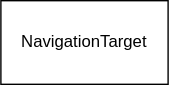
sdbuehlmann/backend-ui keeps this draw.io diagram as doc/overview.svg. Above is the earlier version. Source tidied: cells renumbered, new cells last; positions are measured from the earlier drawing's top-left corner, leaving out a move shared by most shapes.
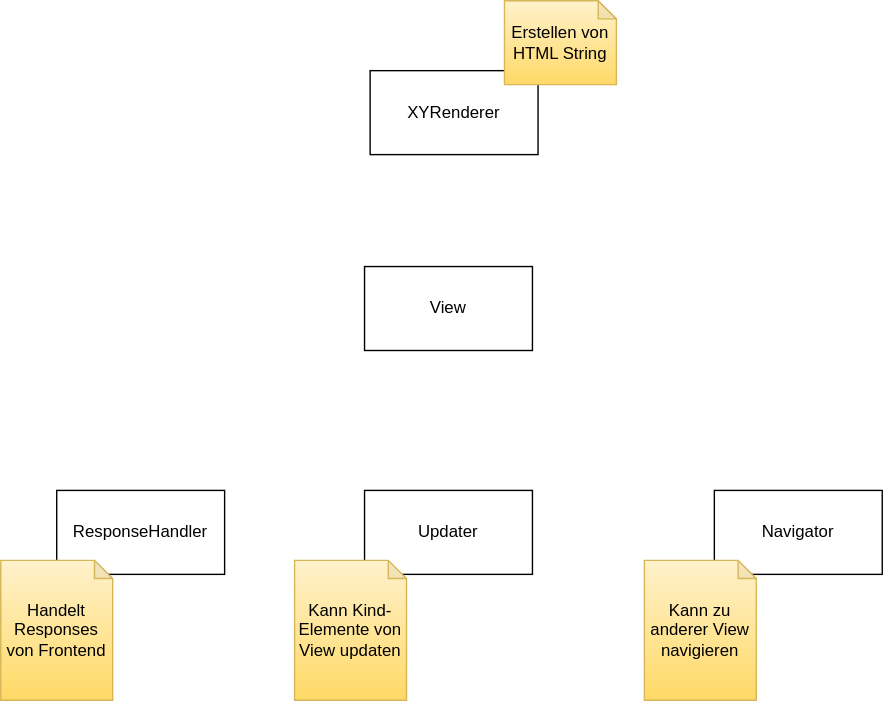
The same file after the commit.

Change to the diagram source:
```diff
@@ -2,8 +2,32 @@
   <root>
     <mxCell id="0" />
     <mxCell id="1" parent="0" />
-    <mxCell id="2" value="NavigationTarget" style="whiteSpace=wrap;html=1;" parent="1" vertex="1">
+    <mxCell id="2" value="View" style="whiteSpace=wrap;html=1;" parent="1" vertex="1">
       <mxGeometry width="120" height="60" as="geometry" />
     </mxCell>
+    <mxCell id="3" value="ResponseHandler" style="whiteSpace=wrap;html=1;" parent="1" vertex="1">
+      <mxGeometry x="-220" y="160" width="120" height="60" as="geometry" />
+    </mxCell>
+    <mxCell id="4" value="Updater" style="whiteSpace=wrap;html=1;" parent="1" vertex="1">
+      <mxGeometry y="160" width="120" height="60" as="geometry" />
+    </mxCell>
+    <mxCell id="5" value="Navigator" style="whiteSpace=wrap;html=1;" parent="1" vertex="1">
+      <mxGeometry x="250" y="160" width="120" height="60" as="geometry" />
+    </mxCell>
+    <mxCell id="6" value="Handelt Responses von Frontend" style="shape=note;whiteSpace=wrap;html=1;backgroundOutline=1;darkOpacity=0.05;size=13;fillColor=#fff2cc;strokeColor=#d6b656;gradientColor=#ffd966;fontColor=#000000;" parent="1" vertex="1">
+      <mxGeometry x="-260" y="210" width="80" height="100" as="geometry" />
+    </mxCell>
+    <mxCell id="7" value="Kann Kind-Elemente von View updaten" style="shape=note;whiteSpace=wrap;html=1;backgroundOutline=1;darkOpacity=0.05;size=13;fillColor=#fff2cc;strokeColor=#d6b656;gradientColor=#ffd966;fontColor=#000000;" parent="1" vertex="1">
+      <mxGeometry x="-50" y="210" width="80" height="100" as="geometry" />
+    </mxCell>
+    <mxCell id="8" value="Kann zu anderer View navigieren" style="shape=note;whiteSpace=wrap;html=1;backgroundOutline=1;darkOpacity=0.05;size=13;fillColor=#fff2cc;strokeColor=#d6b656;gradientColor=#ffd966;fontColor=#000000;" parent="1" vertex="1">
+      <mxGeometry x="200" y="210" width="80" height="100" as="geometry" />
+    </mxCell>
+    <mxCell id="9" value="XYRenderer" style="whiteSpace=wrap;html=1;" parent="1" vertex="1">
+      <mxGeometry x="4" y="-140" width="120" height="60" as="geometry" />
+    </mxCell>
+    <mxCell id="10" value="Erstellen von HTML String" style="shape=note;whiteSpace=wrap;html=1;backgroundOutline=1;darkOpacity=0.05;size=13;fillColor=#fff2cc;strokeColor=#d6b656;gradientColor=#ffd966;fontColor=#000000;" parent="1" vertex="1">
+      <mxGeometry x="100" y="-190" width="80" height="60" as="geometry" />
+    </mxCell>
   </root>
 </mxGraphModel>
```
